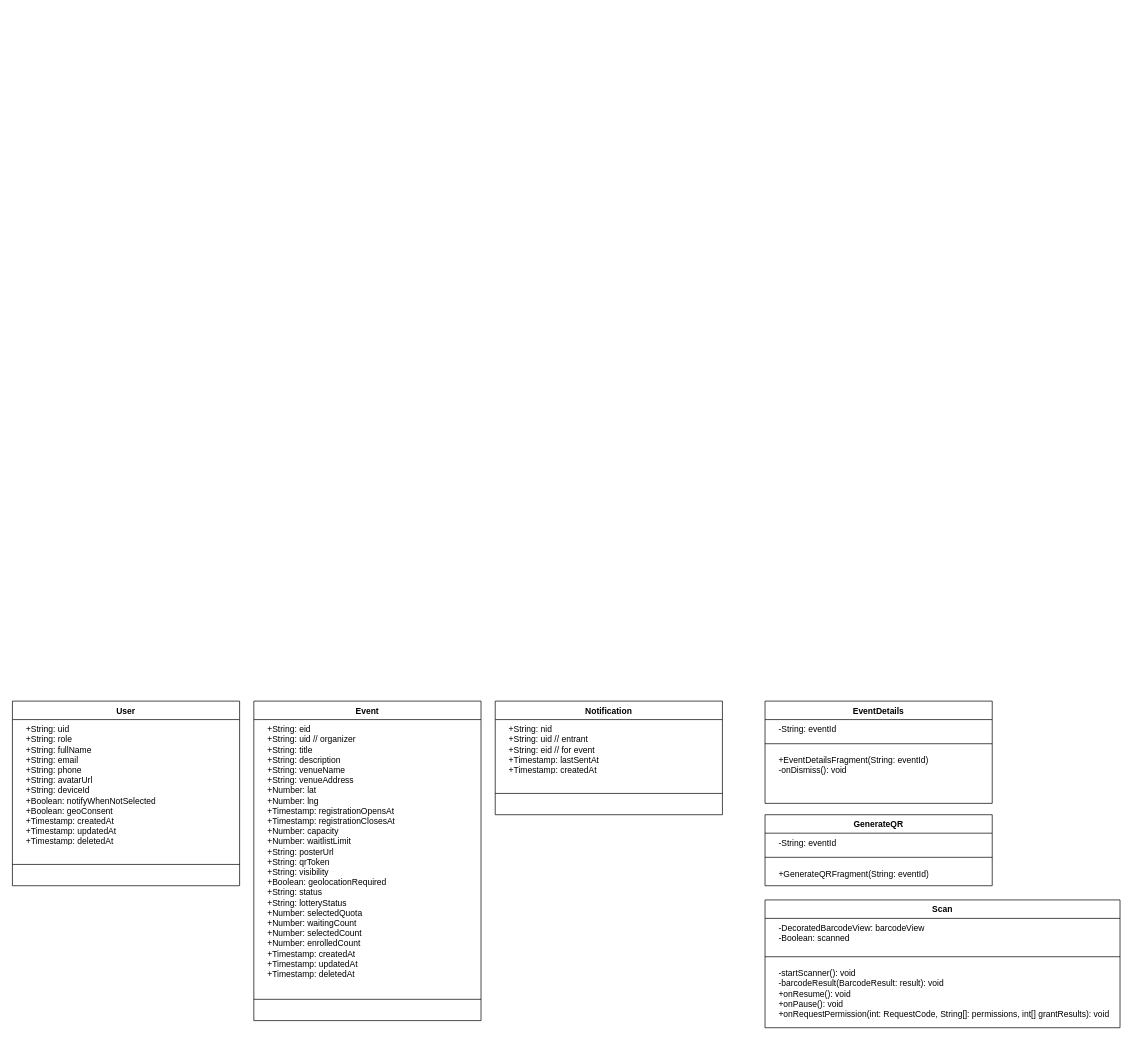
Above: page "General Classes" (1 of 2) of UML/Project Part 3. UML.drawio in CMPUT301F25bingus1/event_lottery (draw.io), before the change. Source tidied: cells renumbered, new cells numbered last; positions are measured from the earlier drawing's top-left corner, leaving out a move shared by most shapes. Both pictures are drawn from the tidied source at 71%, with x=0, y=0 at pixel (12, 701).
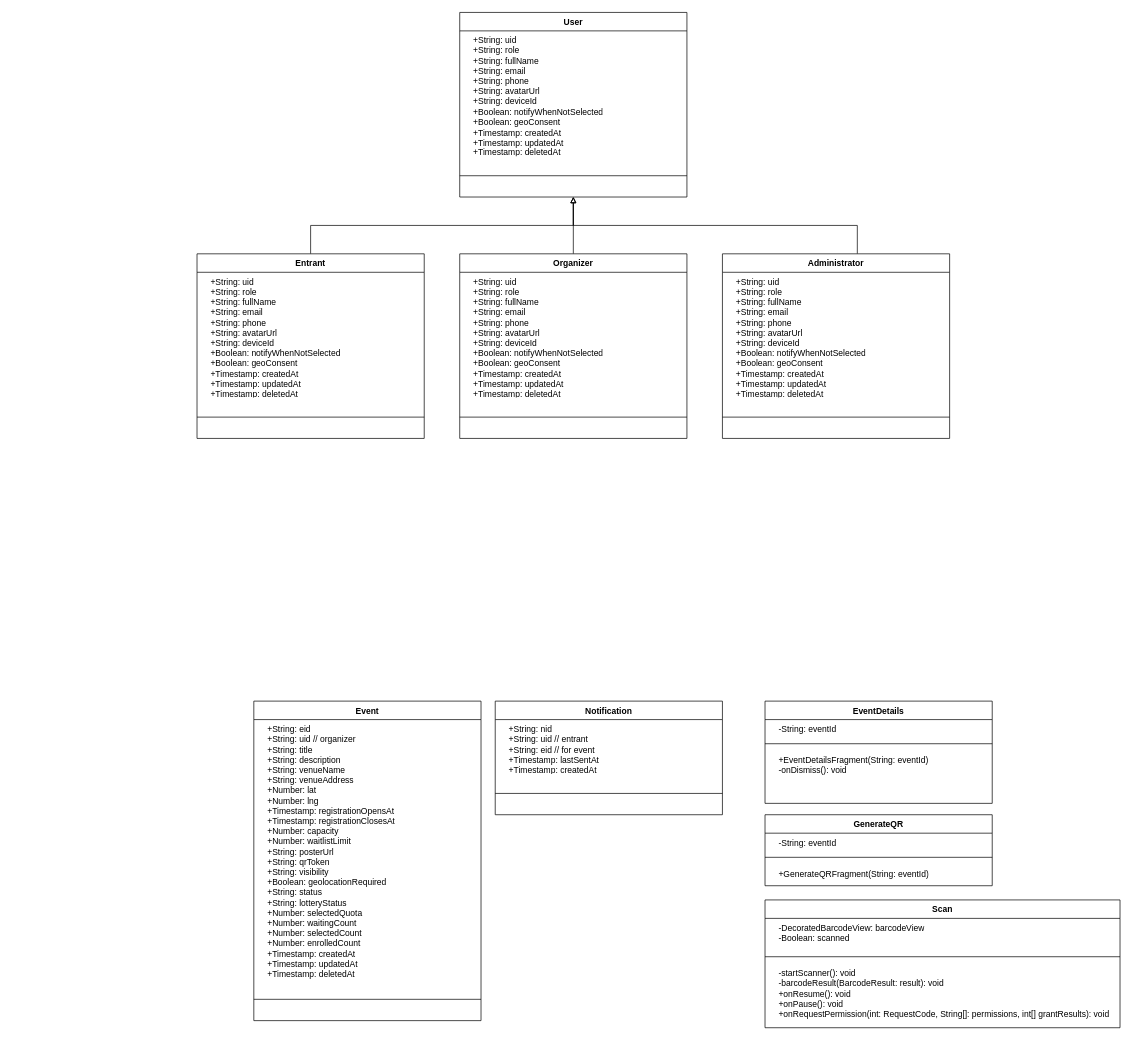
The same diagram, later.

The edit, as a diff of the source:
```diff
@@
     <mxCell id="2" value="User" style="swimlane;fontStyle=1;align=center;verticalAlign=top;horizontal=1;startSize=26;whiteSpace=wrap;html=1;" parent="1" vertex="1">
-      <mxGeometry width="320" height="260" as="geometry" />
+      <mxGeometry x="630" y="-970" width="320" height="260" as="geometry" />
     </mxCell>
@@
+    <mxCell id="23" style="edgeStyle=orthogonalEdgeStyle;rounded=0;jettySize=auto;html=1;entryX=0.5;entryY=1;entryDx=0;entryDy=0;endArrow=block;endFill=0;" parent="1" edge="1" source="24" target="2">
+      <mxGeometry relative="1" as="geometry">
+        <Array as="points">
+          <mxPoint x="1190" y="-670" />
+          <mxPoint x="790" y="-670" />
+        </Array>
+      </mxGeometry>
+    </mxCell>
+    <mxCell id="24" value="Administrator" style="swimlane;fontStyle=1;align=center;verticalAlign=top;horizontal=1;startSize=26;whiteSpace=wrap;html=1;" parent="1" vertex="1">
+      <mxGeometry x="1000" y="-630" width="320" height="260" as="geometry" />
+    </mxCell>
+    <mxCell id="25" value="&lt;div&gt;&amp;nbsp; &amp;nbsp; +String: uid&lt;/div&gt;&lt;div&gt;&amp;nbsp; &amp;nbsp; +String: role&lt;/div&gt;&lt;div&gt;&amp;nbsp; &amp;nbsp; +String: fullName&lt;/div&gt;&lt;div&gt;&amp;nbsp; &amp;nbsp; +String: email&lt;/div&gt;&lt;div&gt;&amp;nbsp; &amp;nbsp; +String: phone&lt;/div&gt;&lt;div&gt;&amp;nbsp; &amp;nbsp; +String: avatarUrl&lt;/div&gt;&lt;div&gt;&amp;nbsp; &amp;nbsp; +String: deviceId&lt;/div&gt;&lt;div&gt;&amp;nbsp; &amp;nbsp; +Boolean: notifyWhenNotSelected&lt;/div&gt;&lt;div&gt;&amp;nbsp; &amp;nbsp; +Boolean: geoConsent&lt;/div&gt;&lt;div&gt;&amp;nbsp; &amp;nbsp; +Timestamp: createdAt&lt;/div&gt;&lt;div&gt;&amp;nbsp; &amp;nbsp; +Timestamp: updatedAt&lt;/div&gt;&lt;div&gt;&amp;nbsp; &amp;nbsp; +Timestamp: deletedAt&lt;/div&gt;" style="text;strokeColor=none;fillColor=none;align=left;verticalAlign=top;spacingLeft=4;spacingRight=4;overflow=hidden;whiteSpace=wrap;html=1;" parent="24" vertex="1">
+      <mxGeometry y="26" width="320" height="174" as="geometry" />
+    </mxCell>
+    <mxCell id="26" style="line;strokeWidth=1;fillColor=none;align=left;verticalAlign=middle;spacingTop=-1;spacingLeft=3;spacingRight=3;labelPosition=right;strokeColor=inherit;" parent="24" vertex="1">
+      <mxGeometry y="200" width="320" height="60" as="geometry" />
+    </mxCell>
+    <mxCell id="27" style="edgeStyle=orthogonalEdgeStyle;rounded=0;jettySize=auto;html=1;entryX=0.5;entryY=1;entryDx=0;entryDy=0;endArrow=block;endFill=0;" parent="1" edge="1" source="28" target="2">
+      <mxGeometry relative="1" as="geometry" />
+    </mxCell>
+    <mxCell id="28" value="Organizer" style="swimlane;fontStyle=1;align=center;verticalAlign=top;horizontal=1;startSize=26;whiteSpace=wrap;html=1;" parent="1" vertex="1">
+      <mxGeometry x="630" y="-630" width="320" height="260" as="geometry" />
+    </mxCell>
+    <mxCell id="29" value="&lt;div&gt;&amp;nbsp; &amp;nbsp; +String: uid&lt;/div&gt;&lt;div&gt;&amp;nbsp; &amp;nbsp; +String: role&lt;/div&gt;&lt;div&gt;&amp;nbsp; &amp;nbsp; +String: fullName&lt;/div&gt;&lt;div&gt;&amp;nbsp; &amp;nbsp; +String: email&lt;/div&gt;&lt;div&gt;&amp;nbsp; &amp;nbsp; +String: phone&lt;/div&gt;&lt;div&gt;&amp;nbsp; &amp;nbsp; +String: avatarUrl&lt;/div&gt;&lt;div&gt;&amp;nbsp; &amp;nbsp; +String: deviceId&lt;/div&gt;&lt;div&gt;&amp;nbsp; &amp;nbsp; +Boolean: notifyWhenNotSelected&lt;/div&gt;&lt;div&gt;&amp;nbsp; &amp;nbsp; +Boolean: geoConsent&lt;/div&gt;&lt;div&gt;&amp;nbsp; &amp;nbsp; +Timestamp: createdAt&lt;/div&gt;&lt;div&gt;&amp;nbsp; &amp;nbsp; +Timestamp: updatedAt&lt;/div&gt;&lt;div&gt;&amp;nbsp; &amp;nbsp; +Timestamp: deletedAt&lt;/div&gt;" style="text;strokeColor=none;fillColor=none;align=left;verticalAlign=top;spacingLeft=4;spacingRight=4;overflow=hidden;whiteSpace=wrap;html=1;" parent="28" vertex="1">
+      <mxGeometry y="26" width="320" height="174" as="geometry" />
+    </mxCell>
+    <mxCell id="30" style="line;strokeWidth=1;fillColor=none;align=left;verticalAlign=middle;spacingTop=-1;spacingLeft=3;spacingRight=3;labelPosition=right;strokeColor=inherit;" parent="28" vertex="1">
+      <mxGeometry y="200" width="320" height="60" as="geometry" />
+    </mxCell>
+    <mxCell id="31" style="edgeStyle=orthogonalEdgeStyle;rounded=0;jettySize=auto;html=1;entryX=0.5;entryY=1;entryDx=0;entryDy=0;endArrow=block;endFill=0;" parent="1" edge="1" source="32" target="2">
+      <mxGeometry relative="1" as="geometry">
+        <Array as="points">
+          <mxPoint x="420" y="-670" />
+          <mxPoint x="790" y="-670" />
+        </Array>
+      </mxGeometry>
+    </mxCell>
+    <mxCell id="32" value="Entrant" style="swimlane;fontStyle=1;align=center;verticalAlign=top;horizontal=1;startSize=26;whiteSpace=wrap;html=1;" parent="1" vertex="1">
+      <mxGeometry x="260" y="-630" width="320" height="260" as="geometry" />
+    </mxCell>
+    <mxCell id="33" value="&lt;div&gt;&amp;nbsp; &amp;nbsp; +String: uid&lt;/div&gt;&lt;div&gt;&amp;nbsp; &amp;nbsp; +String: role&lt;/div&gt;&lt;div&gt;&amp;nbsp; &amp;nbsp; +String: fullName&lt;/div&gt;&lt;div&gt;&amp;nbsp; &amp;nbsp; +String: email&lt;/div&gt;&lt;div&gt;&amp;nbsp; &amp;nbsp; +String: phone&lt;/div&gt;&lt;div&gt;&amp;nbsp; &amp;nbsp; +String: avatarUrl&lt;/div&gt;&lt;div&gt;&amp;nbsp; &amp;nbsp; +String: deviceId&lt;/div&gt;&lt;div&gt;&amp;nbsp; &amp;nbsp; +Boolean: notifyWhenNotSelected&lt;/div&gt;&lt;div&gt;&amp;nbsp; &amp;nbsp; +Boolean: geoConsent&lt;/div&gt;&lt;div&gt;&amp;nbsp; &amp;nbsp; +Timestamp: createdAt&lt;/div&gt;&lt;div&gt;&amp;nbsp; &amp;nbsp; +Timestamp: updatedAt&lt;/div&gt;&lt;div&gt;&amp;nbsp; &amp;nbsp; +Timestamp: deletedAt&lt;/div&gt;" style="text;strokeColor=none;fillColor=none;align=left;verticalAlign=top;spacingLeft=4;spacingRight=4;overflow=hidden;whiteSpace=wrap;html=1;" parent="32" vertex="1">
+      <mxGeometry y="26" width="320" height="174" as="geometry" />
+    </mxCell>
+    <mxCell id="34" style="line;strokeWidth=1;fillColor=none;align=left;verticalAlign=middle;spacingTop=-1;spacingLeft=3;spacingRight=3;labelPosition=right;strokeColor=inherit;" parent="32" vertex="1">
+      <mxGeometry y="200" width="320" height="60" as="geometry" />
+    </mxCell>
```
